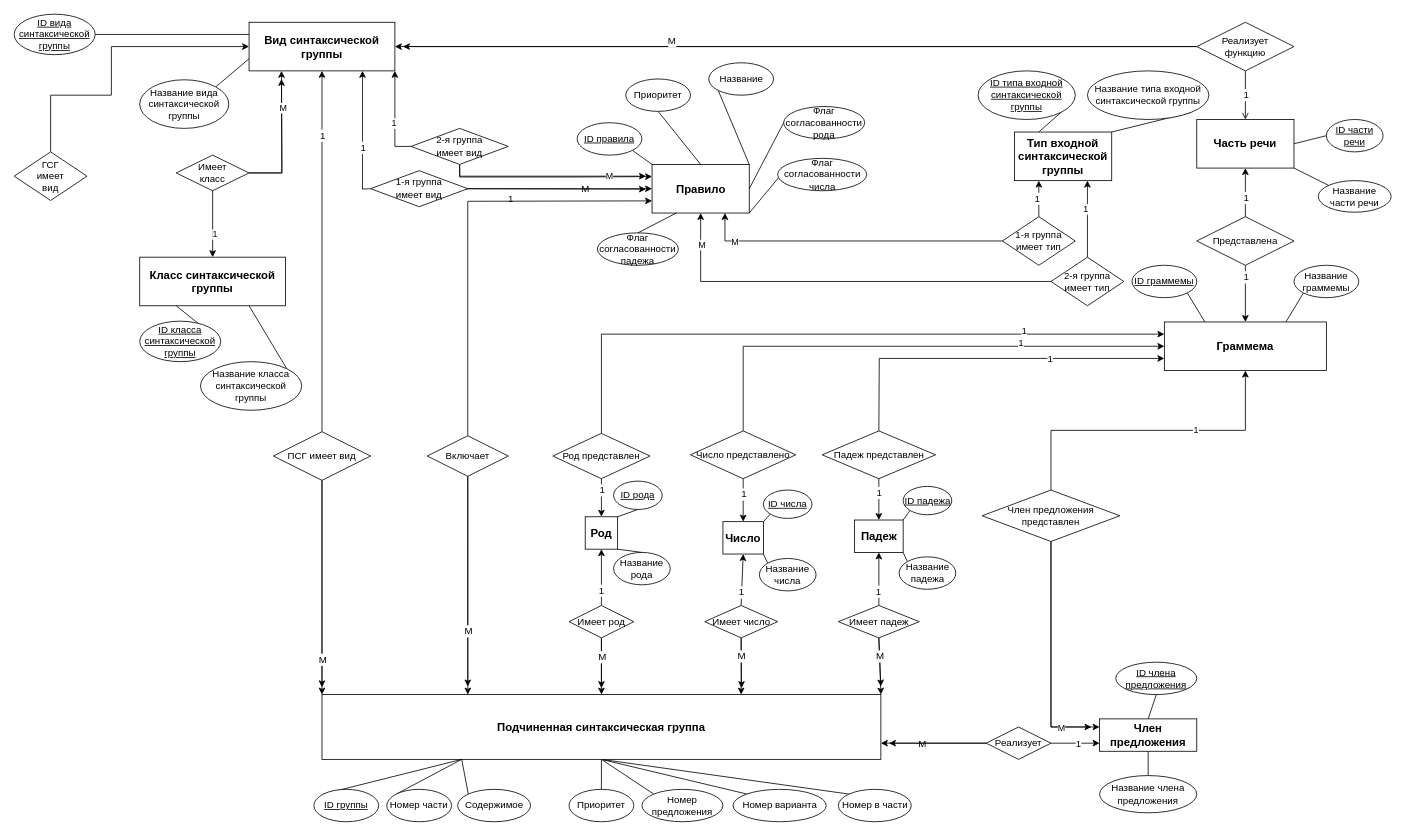
The draw.io diagram Infological.drawio in DMfananddu/Diploma, before the edit. Source tidied: cells renumbered, new cells numbered last; positions are measured from the earlier drawing's top-left corner, leaving out a move shared by most shapes. Both pictures are drawn from the tidied source at 81%, with x=0, y=0 at pixel (14, 14).
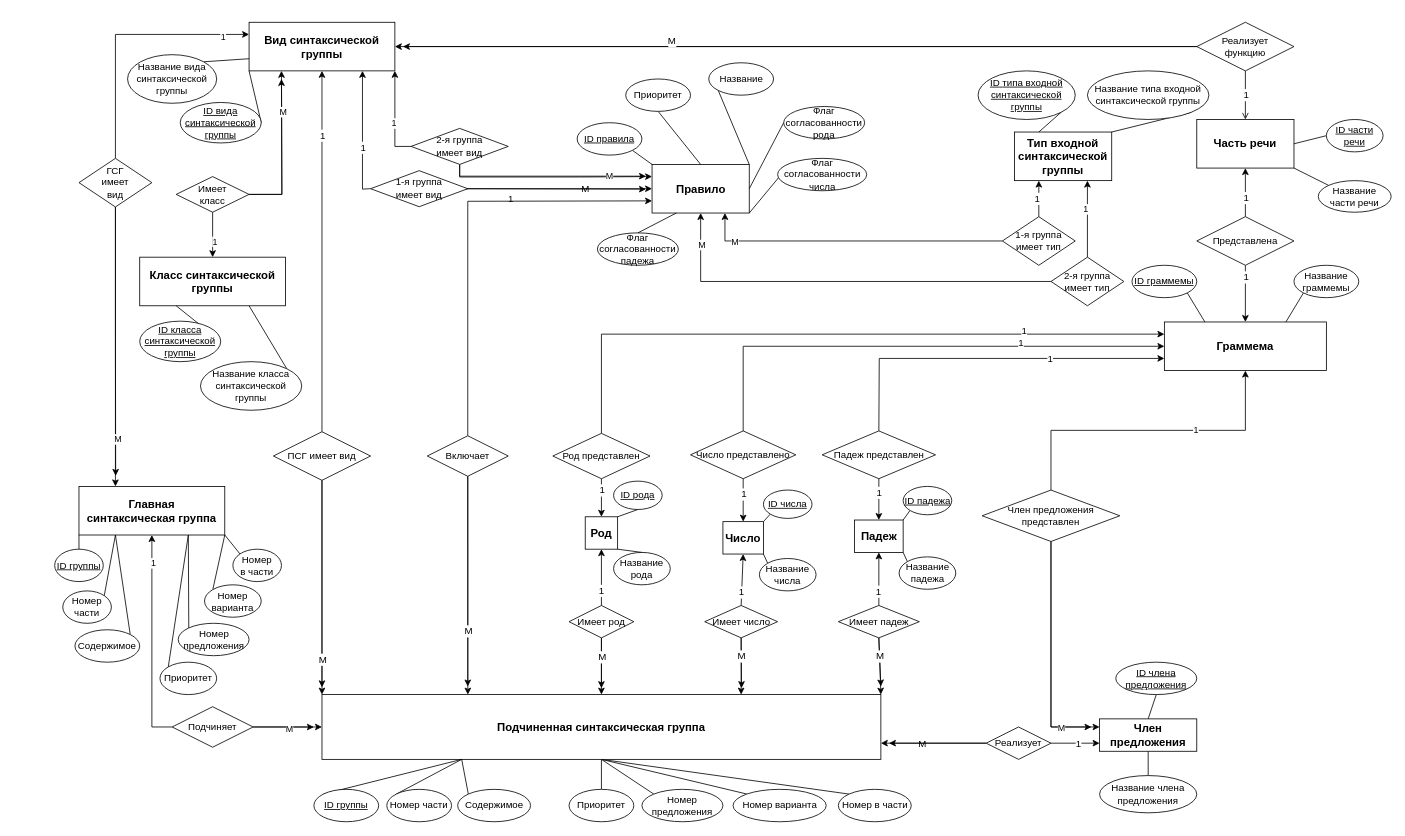
The same diagram, later.

The change refers to these unchanged cells:
```xml
<mxCell id="6" value="Подчиненная синтаксическая группа" style="rounded=0;whiteSpace=wrap;html=1;fontSize=14;fontStyle=1;" parent="1" vertex="1">
  <mxGeometry x="380" y="840" width="690" height="80" as="geometry" />
</mxCell>
<mxCell id="52" value="Вид синтаксической группы" style="rounded=0;whiteSpace=wrap;html=1;fontSize=14;fontStyle=1;" parent="1" vertex="1">
  <mxGeometry x="290" y="10" width="180" height="60" as="geometry" />
</mxCell>
```

What changed in the source:
```diff
@@
-    <mxCell id="53" style="edgeStyle=none;rounded=0;jettySize=auto;html=1;exitX=1;exitY=0.5;exitDx=0;exitDy=0;entryX=0;entryY=0.25;entryDx=0;entryDy=0;endArrow=none;endFill=0;" parent="1" edge="1" source="54" target="52">
+    <mxCell id="53" style="edgeStyle=none;rounded=0;jettySize=auto;html=1;exitX=1;exitY=0.5;exitDx=0;exitDy=0;entryX=0;entryY=1;entryDx=0;entryDy=0;endArrow=none;endFill=0;" parent="1" edge="1" source="54" target="52">
       <mxGeometry relative="1" as="geometry" />
     </mxCell>
     <mxCell id="54" value="&lt;u&gt;ID вида синтаксической группы&lt;/u&gt;" style="ellipse;whiteSpace=wrap;html=1;" parent="1" vertex="1">
-      <mxGeometry width="100" height="50" as="geometry" />
+      <mxGeometry x="205" y="109" width="100" height="50" as="geometry" />
     </mxCell>
@@
     <mxCell id="56" value="Название вида синтаксической группы" style="ellipse;whiteSpace=wrap;html=1;" parent="1" vertex="1">
-      <mxGeometry x="155" y="81" width="110" height="60" as="geometry" />
+      <mxGeometry x="140" y="50" width="110" height="60" as="geometry" />
     </mxCell>
@@
     <mxCell id="149" value="Имеет&lt;br&gt;класс" style="rhombus;whiteSpace=wrap;html=1;" parent="1" vertex="1">
-      <mxGeometry x="200" y="174" width="90" height="44" as="geometry" />
+      <mxGeometry x="200" y="200.5" width="90" height="44" as="geometry" />
     </mxCell>
@@
-    <mxCell id="171" style="edgeStyle=orthogonalEdgeStyle;rounded=0;jettySize=auto;html=1;exitX=0.5;exitY=0;exitDx=0;exitDy=0;entryX=0;entryY=0.5;entryDx=0;entryDy=0;" parent="1" edge="1" source="172" target="52">
+    <mxCell id="171" style="edgeStyle=orthogonalEdgeStyle;rounded=0;jettySize=auto;html=1;exitX=0.5;exitY=0;exitDx=0;exitDy=0;entryX=0;entryY=0.25;entryDx=0;entryDy=0;" parent="1" edge="1" source="172" target="52">
       <mxGeometry relative="1" as="geometry">
         <Array as="points">
-          <mxPoint x="45" y="100" />
-          <mxPoint x="120" y="100" />
-          <mxPoint x="120" y="40" />
+          <mxPoint x="125" y="25" />
         </Array>
       </mxGeometry>
     </mxCell>
+    <mxCell id="173" value="1" style="edgeLabel;html=1;align=center;verticalAlign=middle;" parent="171" vertex="1">
+      <mxGeometry x="0.79" y="-3" relative="1" as="geometry" />
+    </mxCell>
+    <mxCell id="174" style="edgeStyle=orthogonalEdgeStyle;rounded=0;jettySize=auto;html=1;exitX=0.5;exitY=1;exitDx=0;exitDy=0;entryX=0.25;entryY=0;entryDx=0;entryDy=0;" parent="1" edge="1" source="172" target="183">
+      <mxGeometry relative="1" as="geometry" />
+    </mxCell>
+    <mxCell id="175" style="edgeStyle=orthogonalEdgeStyle;rounded=0;jettySize=auto;html=1;exitX=0.5;exitY=1;exitDx=0;exitDy=0;" parent="1" edge="1" source="172">
+      <mxGeometry relative="1" as="geometry">
+        <mxPoint x="125.3" y="570" as="targetPoint" />
+      </mxGeometry>
+    </mxCell>
+    <mxCell id="176" value="М" style="edgeLabel;html=1;align=center;verticalAlign=middle;" parent="175" vertex="1">
+      <mxGeometry x="0.89" y="2" relative="1" as="geometry">
+        <mxPoint y="-27" as="offset" />
+      </mxGeometry>
+    </mxCell>
     <mxCell id="172" value="ГСГ&lt;br&gt;имеет&lt;br&gt;вид" style="rhombus;whiteSpace=wrap;html=1;" parent="1" vertex="1">
-      <mxGeometry y="170" width="90" height="60" as="geometry" />
+      <mxGeometry x="80" y="178" width="90" height="60" as="geometry" />
     </mxCell>
+    <mxCell id="177" style="edgeStyle=orthogonalEdgeStyle;rounded=0;jettySize=auto;html=1;exitX=1;exitY=0.5;exitDx=0;exitDy=0;entryX=0;entryY=0.5;entryDx=0;entryDy=0;" parent="1" edge="1" source="182" target="6">
+      <mxGeometry relative="1" as="geometry" />
+    </mxCell>
+    <mxCell id="178" style="edgeStyle=orthogonalEdgeStyle;rounded=0;jettySize=auto;html=1;exitX=1;exitY=0.5;exitDx=0;exitDy=0;" parent="1" edge="1" source="182">
+      <mxGeometry relative="1" as="geometry">
+        <mxPoint x="370" y="880.1" as="targetPoint" />
+      </mxGeometry>
+    </mxCell>
+    <mxCell id="179" value="М" style="edgeLabel;html=1;align=center;verticalAlign=middle;" parent="178" vertex="1">
+      <mxGeometry x="0.2" y="-2" relative="1" as="geometry" />
+    </mxCell>
+    <mxCell id="180" style="edgeStyle=orthogonalEdgeStyle;rounded=0;jettySize=auto;html=1;exitX=0;exitY=0.5;exitDx=0;exitDy=0;entryX=0.5;entryY=1;entryDx=0;entryDy=0;" parent="1" edge="1" source="182" target="183">
+      <mxGeometry relative="1" as="geometry" />
+    </mxCell>
+    <mxCell id="181" value="1" style="edgeLabel;html=1;align=center;verticalAlign=middle;" parent="180" vertex="1">
+      <mxGeometry x="0.73" y="-1" relative="1" as="geometry">
+        <mxPoint y="-1" as="offset" />
+      </mxGeometry>
+    </mxCell>
+    <mxCell id="182" value="Подчиняет" style="rhombus;whiteSpace=wrap;html=1;" parent="1" vertex="1">
+      <mxGeometry x="195" y="855" width="100" height="50" as="geometry" />
+    </mxCell>
+    <mxCell id="183" value="Главная&lt;br&gt;синтаксическая группа" style="rounded=0;whiteSpace=wrap;html=1;fontSize=14;fontStyle=1;" parent="1" vertex="1">
+      <mxGeometry x="80" y="583" width="180" height="60" as="geometry" />
+    </mxCell>
+    <mxCell id="184" style="rounded=0;jettySize=auto;html=1;exitX=1;exitY=1;exitDx=0;exitDy=0;entryX=0;entryY=0;entryDx=0;entryDy=0;endArrow=none;endFill=0;" parent="1" edge="1" source="183" target="197">
+      <mxGeometry relative="1" as="geometry" />
+    </mxCell>
+    <mxCell id="185" style="edgeStyle=none;rounded=0;jettySize=auto;html=1;exitX=0.75;exitY=1;exitDx=0;exitDy=0;entryX=0;entryY=0;entryDx=0;entryDy=0;endArrow=none;endFill=0;" parent="1" edge="1" source="183" target="194">
+      <mxGeometry relative="1" as="geometry" />
+    </mxCell>
+    <mxCell id="186" style="edgeStyle=none;rounded=0;jettySize=auto;html=1;exitX=0.75;exitY=1;exitDx=0;exitDy=0;entryX=0;entryY=0;entryDx=0;entryDy=0;endArrow=none;endFill=0;" parent="1" edge="1" source="183" target="192">
+      <mxGeometry relative="1" as="geometry" />
+    </mxCell>
+    <mxCell id="187" style="edgeStyle=none;rounded=0;jettySize=auto;html=1;exitX=1;exitY=1;exitDx=0;exitDy=0;entryX=0;entryY=0;entryDx=0;entryDy=0;endArrow=none;endFill=0;" parent="1" edge="1" source="183" target="193">
+      <mxGeometry relative="1" as="geometry" />
+    </mxCell>
+    <mxCell id="188" style="edgeStyle=none;rounded=0;jettySize=auto;html=1;exitX=0.5;exitY=0;exitDx=0;exitDy=0;entryX=0;entryY=1;entryDx=0;entryDy=0;endArrow=none;endFill=0;" parent="1" edge="1" source="189" target="183">
+      <mxGeometry relative="1" as="geometry" />
+    </mxCell>
+    <mxCell id="189" value="&lt;u&gt;ID группы&lt;/u&gt;" style="ellipse;whiteSpace=wrap;html=1;" parent="1" vertex="1">
+      <mxGeometry x="50" y="660.5" width="60" height="40" as="geometry" />
+    </mxCell>
+    <mxCell id="190" style="edgeStyle=none;rounded=0;jettySize=auto;html=1;exitX=1;exitY=0;exitDx=0;exitDy=0;entryX=0.25;entryY=1;entryDx=0;entryDy=0;endArrow=none;endFill=0;" parent="1" edge="1" source="191" target="183">
+      <mxGeometry relative="1" as="geometry" />
+    </mxCell>
+    <mxCell id="191" value="Номер&lt;br&gt;части" style="ellipse;whiteSpace=wrap;html=1;" parent="1" vertex="1">
+      <mxGeometry x="60" y="712" width="60" height="40" as="geometry" />
+    </mxCell>
+    <mxCell id="192" value="Номер предложения" style="ellipse;whiteSpace=wrap;html=1;" parent="1" vertex="1">
+      <mxGeometry x="202.5" y="752" width="87.5" height="40" as="geometry" />
+    </mxCell>
+    <mxCell id="193" value="Номер&lt;br&gt;варианта" style="ellipse;whiteSpace=wrap;html=1;" parent="1" vertex="1">
+      <mxGeometry x="235" y="704.5" width="70" height="40" as="geometry" />
+    </mxCell>
+    <mxCell id="194" value="Приоритет" style="ellipse;whiteSpace=wrap;html=1;" parent="1" vertex="1">
+      <mxGeometry x="180" y="800" width="70" height="40" as="geometry" />
+    </mxCell>
+    <mxCell id="195" style="rounded=0;jettySize=auto;html=1;exitX=1;exitY=0;exitDx=0;exitDy=0;entryX=0.25;entryY=1;entryDx=0;entryDy=0;endArrow=none;endFill=0;" parent="1" edge="1" source="196" target="183">
+      <mxGeometry relative="1" as="geometry" />
+    </mxCell>
+    <mxCell id="196" value="Содержимое" style="ellipse;whiteSpace=wrap;html=1;" parent="1" vertex="1">
+      <mxGeometry x="75" y="760" width="80" height="40" as="geometry" />
+    </mxCell>
+    <mxCell id="197" value="Номер&lt;br&gt;в части" style="ellipse;whiteSpace=wrap;html=1;" parent="1" vertex="1">
+      <mxGeometry x="270" y="660.5" width="60" height="40" as="geometry" />
+    </mxCell>
```
